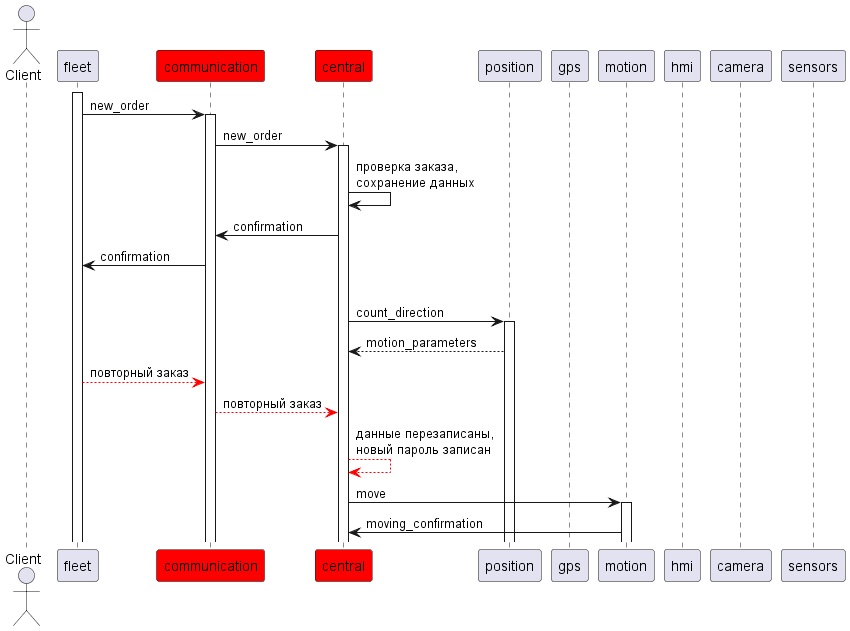
This is pics/sd_6.png from Fishonground/Delivery, a PlantUML export, as it was before one commit.
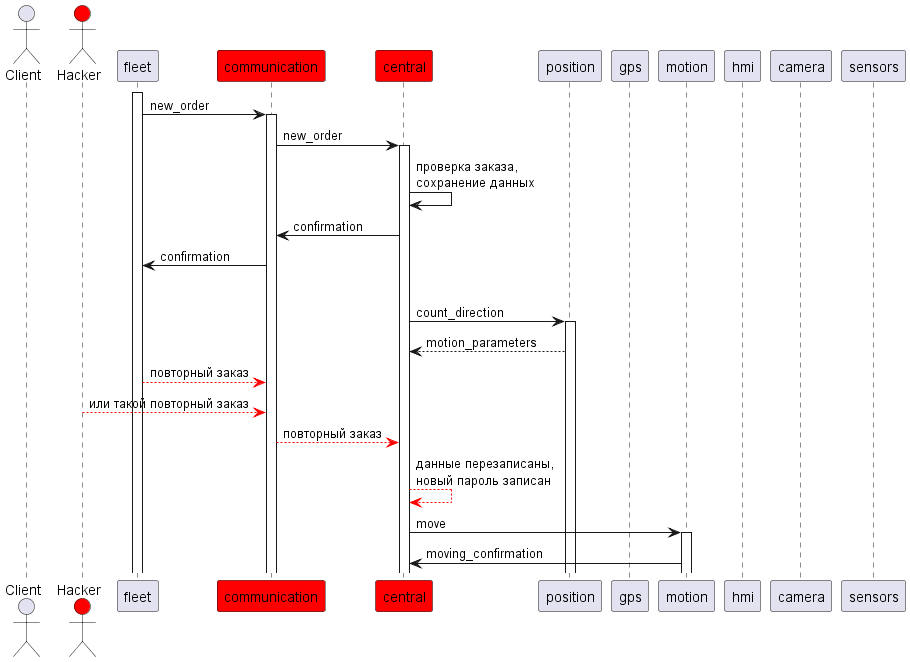
After the commit.

Diff of the diagram source:
```diff
@@ -1,5 +1,6 @@
 @startuml
 actor "Client" as c
+actor "Hacker" as h #red
 participant fleet
 participant communication #red
 participant central #red
@@ -22,6 +23,7 @@
 central -> position++: count_direction
 position --> central: motion_parameters
 fleet -[#red]-> communication: повторный заказ
+h -[#red]-> communication: или такой повторный заказ
 communication -[#red]-> central: повторный заказ
 central -[#red]-> central: данные перезаписаны, \nновый пароль записан
 central -> motion++: move
```
